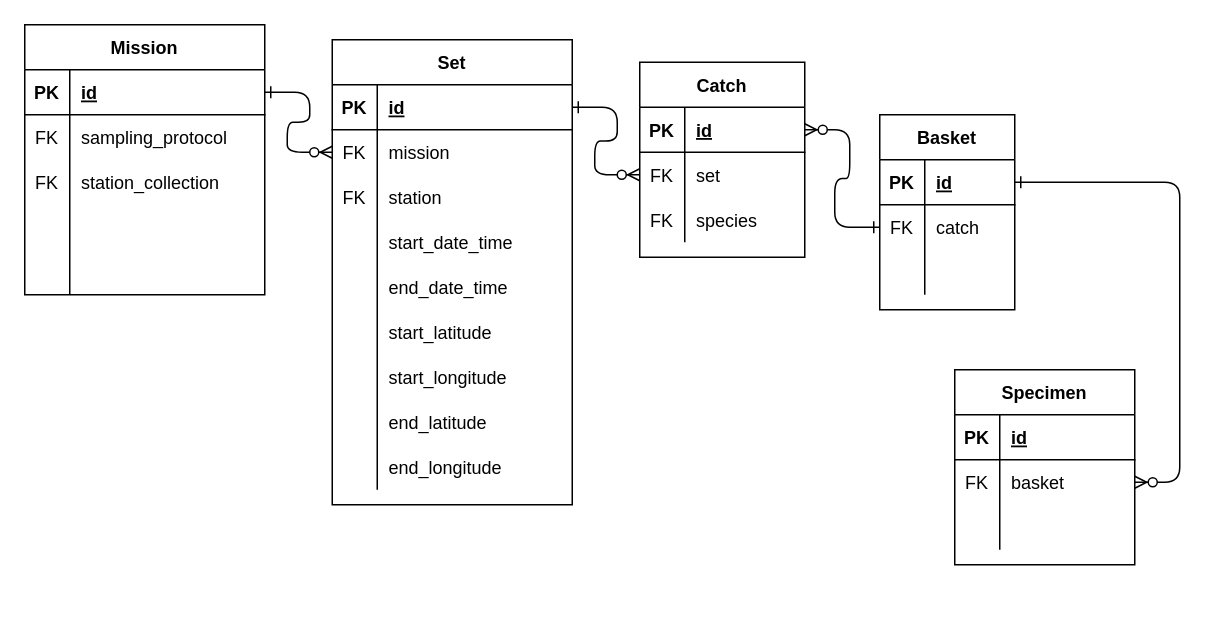
This is Andes ERD.drawio from davjfish/diagrams, a draw.io file, before an edit. Source tidied: cells renumbered, new cells numbered last; positions are measured from the earlier drawing's top-left corner, leaving out a move shared by most shapes. Both pictures are drawn from the tidied source at 150%, with x=0, y=0 at pixel (24, 24).
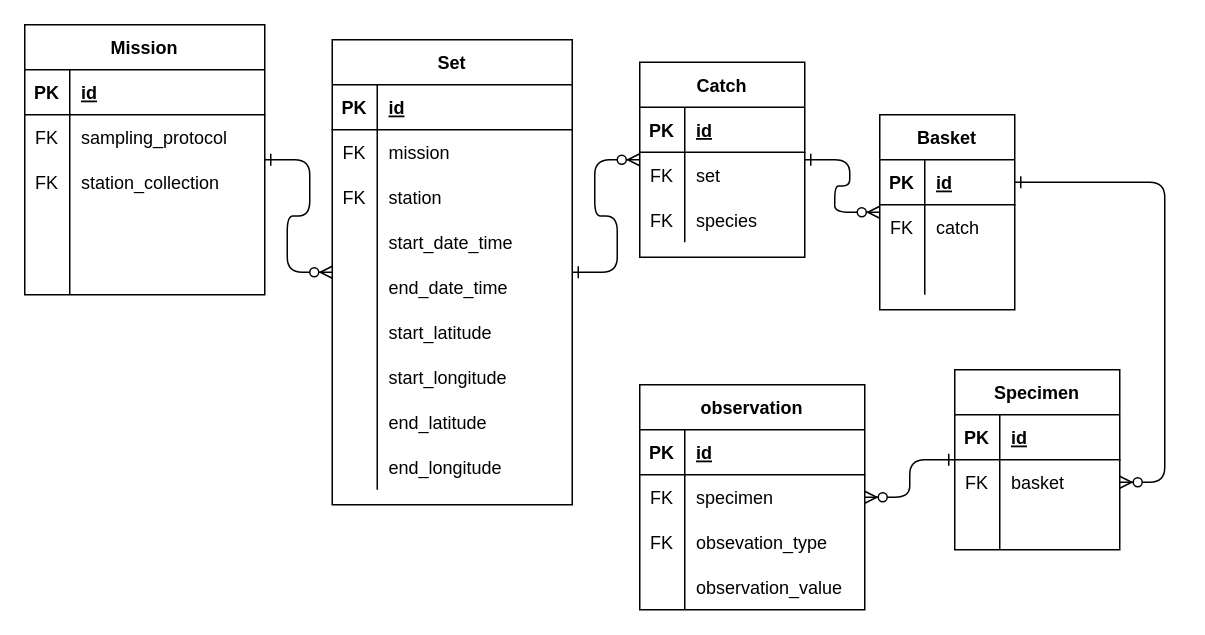
After the change.

Unchanged cells that the change refers to:
```xml
<mxCell id="4" value="Set" style="shape=table;startSize=30;childLayout=tableLayout;rowLines=0;fontStyle=1;align=center;" parent="1" vertex="1">
  <mxGeometry x="205" y="10" width="160" height="310" as="geometry" />
</mxCell>
<mxCell id="5" style="shape=partialRectangle;fillColor=none;points=[[0,0.5],[1,0.5]];portConstraint=eastwest;top=0;left=0;right=0;bottom=1;" parent="4" vertex="1">
  <mxGeometry y="30" width="160" height="30" as="geometry" />
</mxCell>
<mxCell id="8" style="shape=partialRectangle;fillColor=none;points=[[0,0.5],[1,0.5]];portConstraint=eastwest;top=0;left=0;right=0;bottom=0;" parent="4" vertex="1">
  <mxGeometry y="60" width="160" height="30" as="geometry" />
</mxCell>
<mxCell id="32" value="Basket" style="shape=table;startSize=30;childLayout=tableLayout;rowLines=0;fontStyle=1;align=center;" parent="1" vertex="1">
  <mxGeometry x="570" y="60" width="90" height="130" as="geometry" />
</mxCell>
<mxCell id="36" style="shape=partialRectangle;fillColor=none;points=[[0,0.5],[1,0.5]];portConstraint=eastwest;top=0;left=0;right=0;bottom=0;" parent="32" vertex="1">
  <mxGeometry y="60" width="90" height="30" as="geometry" />
</mxCell>
<mxCell id="42" value="Mission" style="shape=table;startSize=30;childLayout=tableLayout;rowLines=0;fontStyle=1;align=center;" parent="1" vertex="1">
  <mxGeometry width="160" height="180" as="geometry" />
</mxCell>
<mxCell id="43" style="shape=partialRectangle;fillColor=none;points=[[0,0.5],[1,0.5]];portConstraint=eastwest;top=0;left=0;right=0;bottom=1;" parent="42" vertex="1">
  <mxGeometry y="30" width="160" height="30" as="geometry" />
</mxCell>
<mxCell id="68" value="Catch" style="shape=table;startSize=30;childLayout=tableLayout;rowLines=0;fontStyle=1;align=center;" parent="1" vertex="1">
  <mxGeometry x="410" y="25" width="110" height="130" as="geometry" />
</mxCell>
<mxCell id="69" style="shape=partialRectangle;fillColor=none;points=[[0,0.5],[1,0.5]];portConstraint=eastwest;top=0;left=0;right=0;bottom=1;" parent="68" vertex="1">
  <mxGeometry y="30" width="110" height="30" as="geometry" />
</mxCell>
<mxCell id="72" style="shape=partialRectangle;fillColor=none;points=[[0,0.5],[1,0.5]];portConstraint=eastwest;top=0;left=0;right=0;bottom=0;" parent="68" vertex="1">
  <mxGeometry y="60" width="110" height="30" as="geometry" />
</mxCell>
```

The edit, as a diff of the source:
```diff
@@
-    <mxCell id="2" style="edgeStyle=entityRelationEdgeStyle;endArrow=ERzeroToMany;startArrow=ERone;endFill=1;startFill=0;" parent="1" edge="1" source="43" target="8">
+    <mxCell id="2" style="edgeStyle=entityRelationEdgeStyle;endArrow=ERzeroToMany;startArrow=ERone;endFill=1;startFill=0;" parent="1" edge="1" source="42" target="4">
       <mxGeometry relative="1" as="geometry" />
     </mxCell>
-    <mxCell id="3" style="edgeStyle=entityRelationEdgeStyle;endArrow=ERzeroToMany;startArrow=ERone;endFill=1;startFill=0;entryX=0;entryY=0.5;entryDx=0;entryDy=0;" parent="1" edge="1" source="5" target="72">
+    <mxCell id="3" style="edgeStyle=entityRelationEdgeStyle;endArrow=ERzeroToMany;startArrow=ERone;endFill=1;startFill=0;" parent="1" edge="1" source="4" target="68">
       <mxGeometry relative="1" as="geometry" />
     </mxCell>
@@
     <mxCell id="58" value="Specimen" style="shape=table;startSize=30;childLayout=tableLayout;rowLines=0;fontStyle=1;align=center;" parent="1" vertex="1">
-      <mxGeometry x="620" y="230" width="120" height="130" as="geometry" />
+      <mxGeometry x="620" y="230" width="110" height="120" as="geometry" />
     </mxCell>
     <mxCell id="59" style="shape=partialRectangle;fillColor=none;top=0;left=0;right=0;bottom=1;" parent="58" vertex="1">
-      <mxGeometry y="30" width="120" height="30" as="geometry" />
+      <mxGeometry y="30" width="110" height="30" as="geometry" />
     </mxCell>
@@
     <mxCell id="61" value="id" style="shape=partialRectangle;overflow=hidden;fillColor=none;top=0;left=0;bottom=0;right=0;align=left;spacingLeft=6;fontStyle=5;" parent="59" vertex="1">
-      <mxGeometry x="30" width="90" height="30" as="geometry" />
+      <mxGeometry x="30" width="80" height="30" as="geometry" />
     </mxCell>
     <mxCell id="62" style="shape=partialRectangle;fillColor=none;points=[[0,0.5],[1,0.5]];portConstraint=eastwest;top=0;left=0;right=0;bottom=0;" parent="58" vertex="1">
-      <mxGeometry y="60" width="120" height="30" as="geometry" />
+      <mxGeometry y="60" width="110" height="30" as="geometry" />
     </mxCell>
@@
     <mxCell id="64" value="basket" style="shape=partialRectangle;overflow=hidden;fillColor=none;top=0;left=0;bottom=0;right=0;align=left;spacingLeft=6;" parent="62" vertex="1">
-      <mxGeometry x="30" width="90" height="30" as="geometry" />
+      <mxGeometry x="30" width="80" height="30" as="geometry" />
     </mxCell>
     <mxCell id="65" style="shape=partialRectangle;fillColor=none;top=0;left=0;right=0;bottom=0;" parent="58" vertex="1">
-      <mxGeometry y="90" width="120" height="30" as="geometry" />
+      <mxGeometry y="90" width="110" height="30" as="geometry" />
     </mxCell>
@@
     <mxCell id="67" style="shape=partialRectangle;overflow=hidden;fillColor=none;top=0;left=0;bottom=0;right=0;align=left;spacingLeft=6;" parent="65" vertex="1">
-      <mxGeometry x="30" width="90" height="30" as="geometry" />
+      <mxGeometry x="30" width="80" height="30" as="geometry" />
     </mxCell>
@@
-    <mxCell id="78" style="edgeStyle=entityRelationEdgeStyle;endArrow=ERzeroToMany;startArrow=ERone;endFill=1;startFill=0;entryX=1;entryY=0.5;entryDx=0;entryDy=0;" parent="1" edge="1" source="36" target="69">
+    <mxCell id="78" style="edgeStyle=entityRelationEdgeStyle;endArrow=ERzeroToMany;startArrow=ERone;endFill=1;startFill=0;" parent="1" edge="1" source="68" target="32">
       <mxGeometry relative="1" as="geometry" />
     </mxCell>
@@
+    <mxCell id="80" value="observation" style="shape=table;startSize=30;childLayout=tableLayout;rowLines=0;fontStyle=1;align=center;" parent="1" vertex="1">
+      <mxGeometry x="410" y="240" width="150" height="150" as="geometry" />
+    </mxCell>
+    <mxCell id="81" style="shape=partialRectangle;fillColor=none;top=0;left=0;right=0;bottom=1;" parent="80" vertex="1">
+      <mxGeometry y="30" width="150" height="30" as="geometry" />
+    </mxCell>
+    <mxCell id="82" value="PK" style="shape=partialRectangle;overflow=hidden;fillColor=none;top=0;left=0;bottom=0;right=0;fontStyle=1;" parent="81" vertex="1">
+      <mxGeometry width="30" height="30" as="geometry" />
+    </mxCell>
+    <mxCell id="83" value="id" style="shape=partialRectangle;overflow=hidden;fillColor=none;top=0;left=0;bottom=0;right=0;align=left;spacingLeft=6;fontStyle=5;" parent="81" vertex="1">
+      <mxGeometry x="30" width="120" height="30" as="geometry" />
+    </mxCell>
+    <mxCell id="84" style="shape=partialRectangle;fillColor=none;top=0;left=0;right=0;bottom=0;" parent="80" vertex="1">
+      <mxGeometry y="60" width="150" height="30" as="geometry" />
+    </mxCell>
+    <mxCell id="85" value="FK" style="shape=partialRectangle;overflow=hidden;fillColor=none;top=0;left=0;bottom=0;right=0;" parent="84" vertex="1">
+      <mxGeometry width="30" height="30" as="geometry" />
+    </mxCell>
+    <mxCell id="86" value="specimen" style="shape=partialRectangle;overflow=hidden;fillColor=none;top=0;left=0;bottom=0;right=0;align=left;spacingLeft=6;" parent="84" vertex="1">
+      <mxGeometry x="30" width="120" height="30" as="geometry" />
+    </mxCell>
+    <mxCell id="87" style="shape=partialRectangle;fillColor=none;top=0;left=0;right=0;bottom=0;" parent="80" vertex="1">
+      <mxGeometry y="90" width="150" height="30" as="geometry" />
+    </mxCell>
+    <mxCell id="88" value="FK" style="shape=partialRectangle;overflow=hidden;fillColor=none;top=0;left=0;bottom=0;right=0;" parent="87" vertex="1">
+      <mxGeometry width="30" height="30" as="geometry" />
+    </mxCell>
+    <mxCell id="89" value="obsevation_type" style="shape=partialRectangle;overflow=hidden;fillColor=none;top=0;left=0;bottom=0;right=0;align=left;spacingLeft=6;" parent="87" vertex="1">
+      <mxGeometry x="30" width="120" height="30" as="geometry" />
+    </mxCell>
+    <mxCell id="90" style="shape=partialRectangle;fillColor=none;top=0;left=0;right=0;bottom=0;" parent="80" vertex="1">
+      <mxGeometry y="120" width="150" height="30" as="geometry" />
+    </mxCell>
+    <mxCell id="91" style="shape=partialRectangle;overflow=hidden;fillColor=none;top=0;left=0;bottom=0;right=0;" parent="90" vertex="1">
+      <mxGeometry width="30" height="30" as="geometry" />
+    </mxCell>
+    <mxCell id="92" value="observation_value" style="shape=partialRectangle;overflow=hidden;fillColor=none;top=0;left=0;bottom=0;right=0;align=left;spacingLeft=6;" parent="90" vertex="1">
+      <mxGeometry x="30" width="120" height="30" as="geometry" />
+    </mxCell>
+    <mxCell id="93" style="edgeStyle=entityRelationEdgeStyle;endArrow=ERzeroToMany;startArrow=ERone;endFill=1;startFill=0;" parent="1" edge="1" source="58" target="80">
+      <mxGeometry relative="1" as="geometry" />
+    </mxCell>
```
